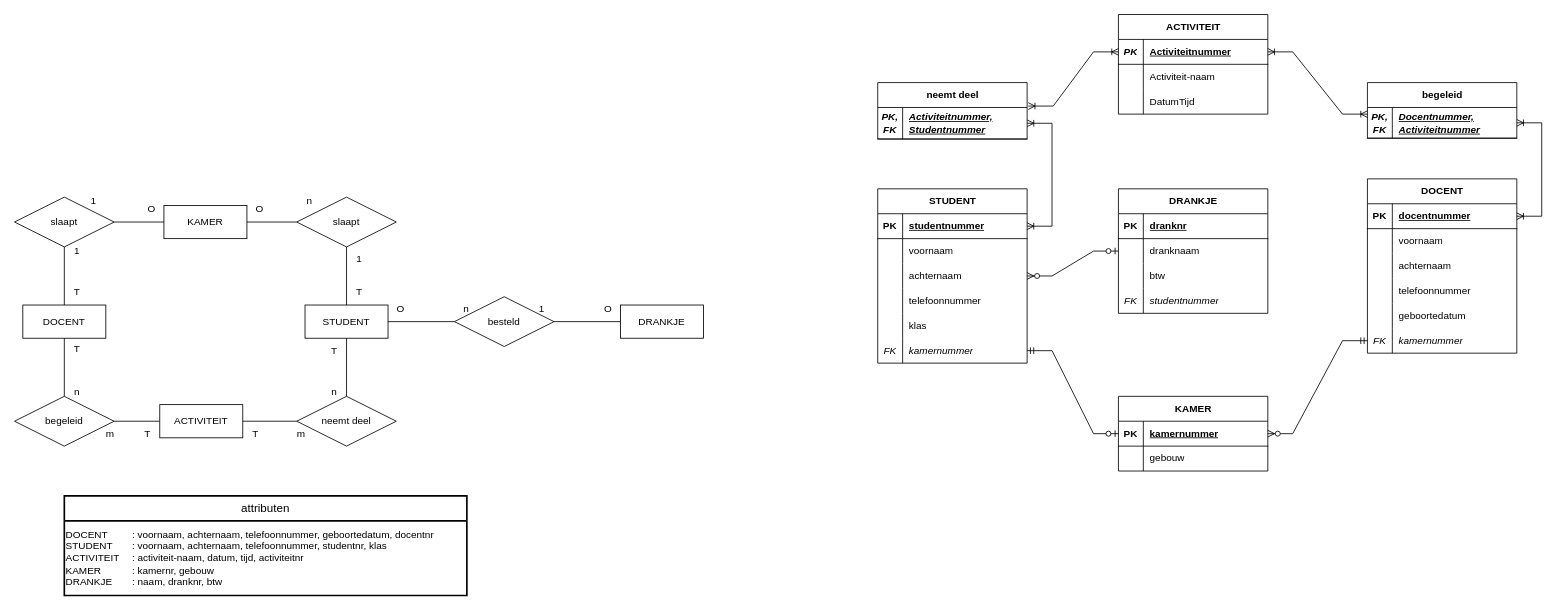
Thomas01v/ProjectDatabases keeps this draw.io diagram as ERD project.drawio. Above is the earlier version. Source tidied: cells renumbered, new cells numbered last; positions are measured from the earlier drawing's top-left corner, leaving out a move shared by most shapes. Both pictures are drawn from the tidied source at 83%, with x=0, y=0 at pixel (14, 14).
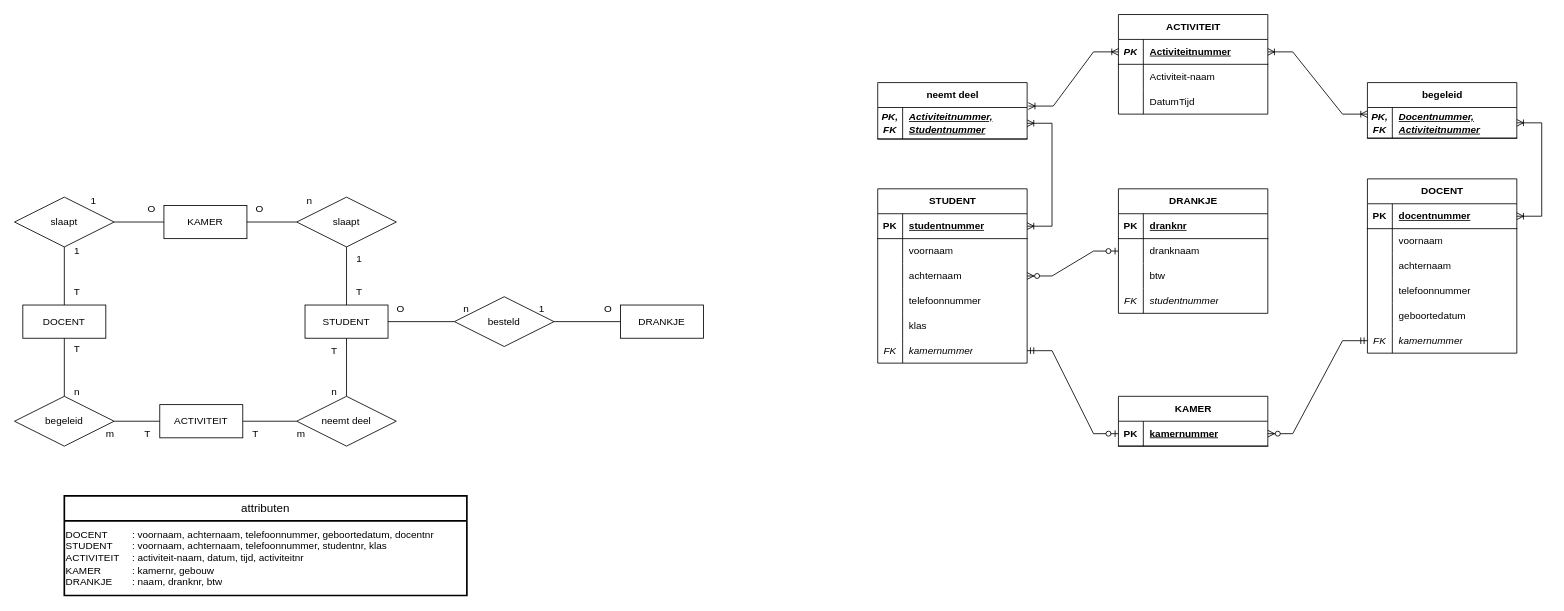
After the change.

Commit message (it also covers changes not shown here):
ERD geupdate gebouw weggehaald

ERD geupdate

What changed in the source:
```diff
@@
     <mxCell id="76" value="KAMER" style="shape=table;startSize=30;childLayout=tableLayout;rowLines=0;fontStyle=1;align=center;html=1;" parent="1" vertex="1">
-      <mxGeometry x="1330" y="460" width="180" height="90" as="geometry" />
+      <mxGeometry x="1330" y="460" width="180" height="60" as="geometry" />
     </mxCell>
@@
-    <mxCell id="80" style="shape=tableRow;horizontal=0;startSize=0;swimlaneHead=0;swimlaneBody=0;fillColor=none;top=0;left=0;right=0;bottom=0;" parent="76" vertex="1">
-      <mxGeometry y="60" width="180" height="30" as="geometry" />
-    </mxCell>
-    <mxCell id="81" style="shape=partialRectangle;fillColor=none;top=0;left=0;bottom=0;right=0;overflow=hidden;whiteSpace=wrap;html=1;" parent="80" vertex="1">
-      <mxGeometry width="30" height="30" as="geometry" />
-    </mxCell>
-    <mxCell id="82" value="gebouw" style="shape=partialRectangle;fillColor=none;top=0;left=0;bottom=0;right=0;align=left;spacingLeft=6;overflow=hidden;whiteSpace=wrap;html=1;" parent="80" vertex="1">
-      <mxGeometry x="30" width="150" height="30" as="geometry" />
-    </mxCell>
```
